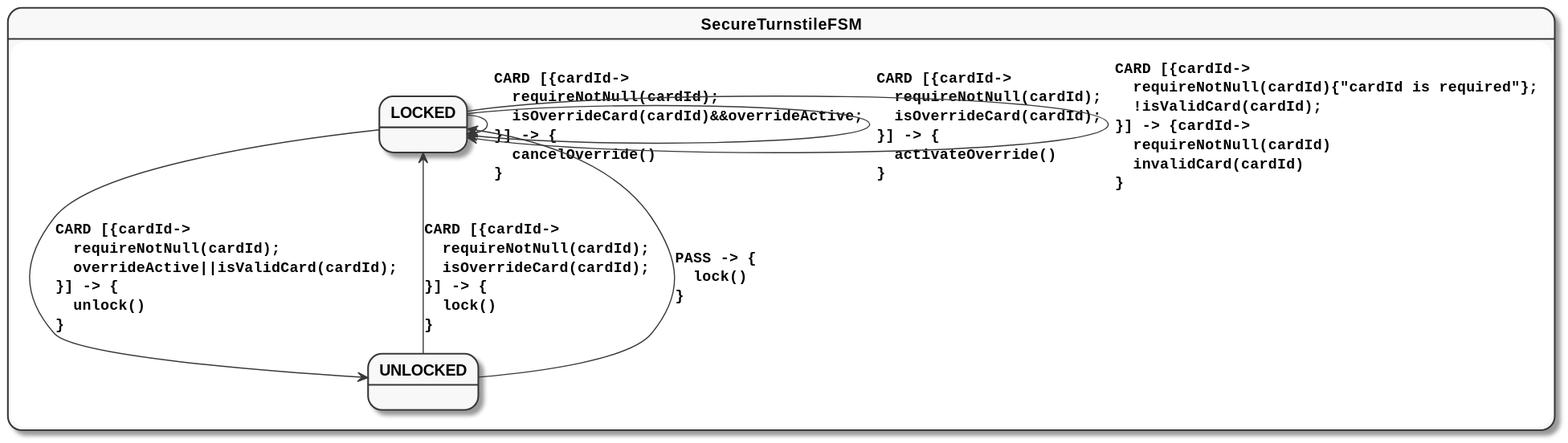
Before: secure-turnstile.svg, a diagram exported from PlantUML (open-jumpco/kfsm-viz).
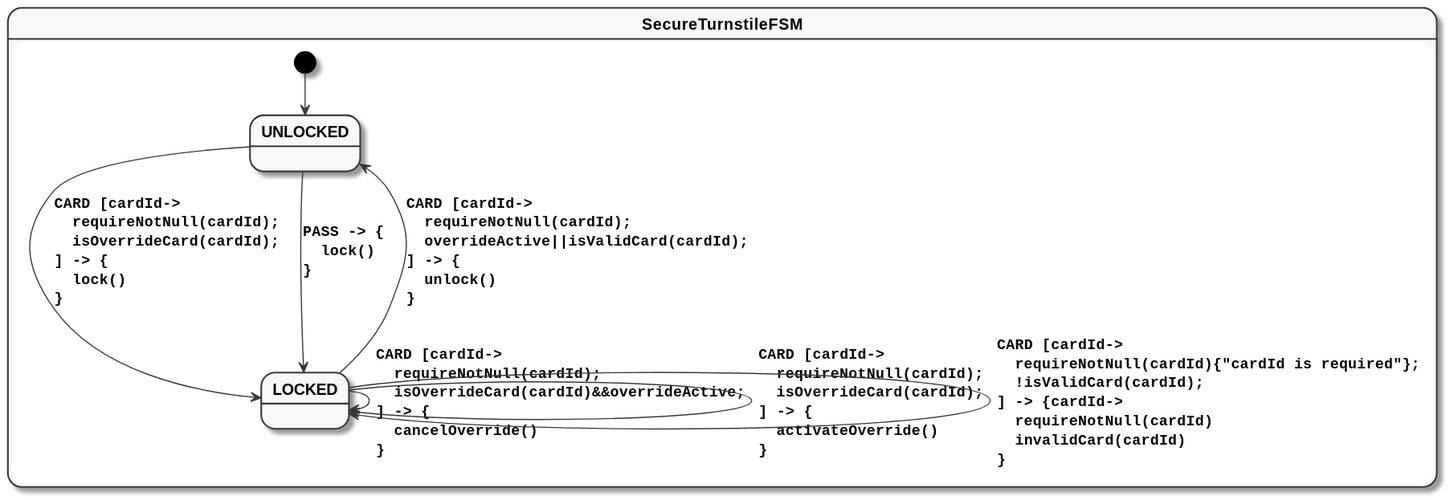
Later version of the same file.

What changed in the source:
```diff
@@ -7,11 +7,12 @@
     FontStyle Bold
 }
 state SecureTurnstileFSM {
-LOCKED --> LOCKED : CARD [{cardId->\l  requireNotNull(cardId);\l  isOverrideCard(cardId)&&overrideActive;\l}] -> {\l  cancelOverride()\l}
-LOCKED --> LOCKED : CARD [{cardId->\l  requireNotNull(cardId);\l  isOverrideCard(cardId);\l}] -> {\l  activateOverride()\l}
-LOCKED --> UNLOCKED : CARD [{cardId->\l  requireNotNull(cardId);\l  overrideActive||isValidCard(cardId);\l}] -> {\l  unlock()\l}
-LOCKED --> LOCKED : CARD [{cardId->\l  requireNotNull(cardId){"cardId is required"};\l  !isValidCard(cardId);\l}] -> {cardId->\l  requireNotNull(cardId)\l  invalidCard(cardId)\l}
-UNLOCKED --> LOCKED : CARD [{cardId->\l  requireNotNull(cardId);\l  isOverrideCard(cardId);\l}] -> {\l  lock()\l}
+[*] --> UNLOCKED
+LOCKED --> LOCKED : CARD [cardId->\l  requireNotNull(cardId);\l  isOverrideCard(cardId)&&overrideActive;\l] -> {\l  cancelOverride()\l}
+LOCKED --> LOCKED : CARD [cardId->\l  requireNotNull(cardId);\l  isOverrideCard(cardId);\l] -> {\l  activateOverride()\l}
+LOCKED --> UNLOCKED : CARD [cardId->\l  requireNotNull(cardId);\l  overrideActive||isValidCard(cardId);\l] -> {\l  unlock()\l}
+LOCKED --> LOCKED : CARD [cardId->\l  requireNotNull(cardId){"cardId is required"};\l  !isValidCard(cardId);\l] -> {cardId->\l  requireNotNull(cardId)\l  invalidCard(cardId)\l}
+UNLOCKED --> LOCKED : CARD [cardId->\l  requireNotNull(cardId);\l  isOverrideCard(cardId);\l] -> {\l  lock()\l}
 UNLOCKED --> LOCKED : PASS -> {\l  lock()\l}
 }
 @enduml
```
